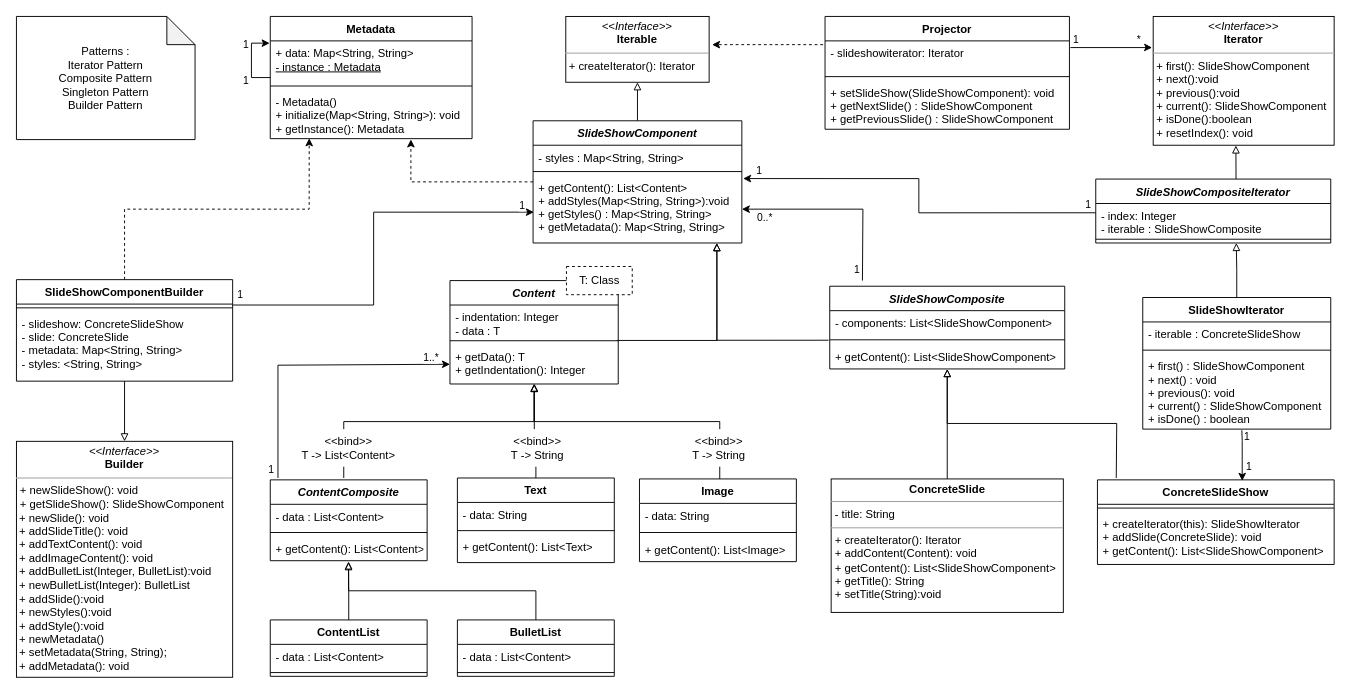
maartendekker1998/OU_jabberpoint keeps this draw.io diagram as Diagrams/NewDesign/Design without feature/DomainDesign.drawio. Above is the earlier version. Source tidied: cells renumbered, new cells numbered last; positions are measured from the earlier drawing's top-left corner, leaving out a move shared by most shapes. Both pictures are drawn from the tidied source at 94%, with x=0, y=0 at pixel (16, 16).
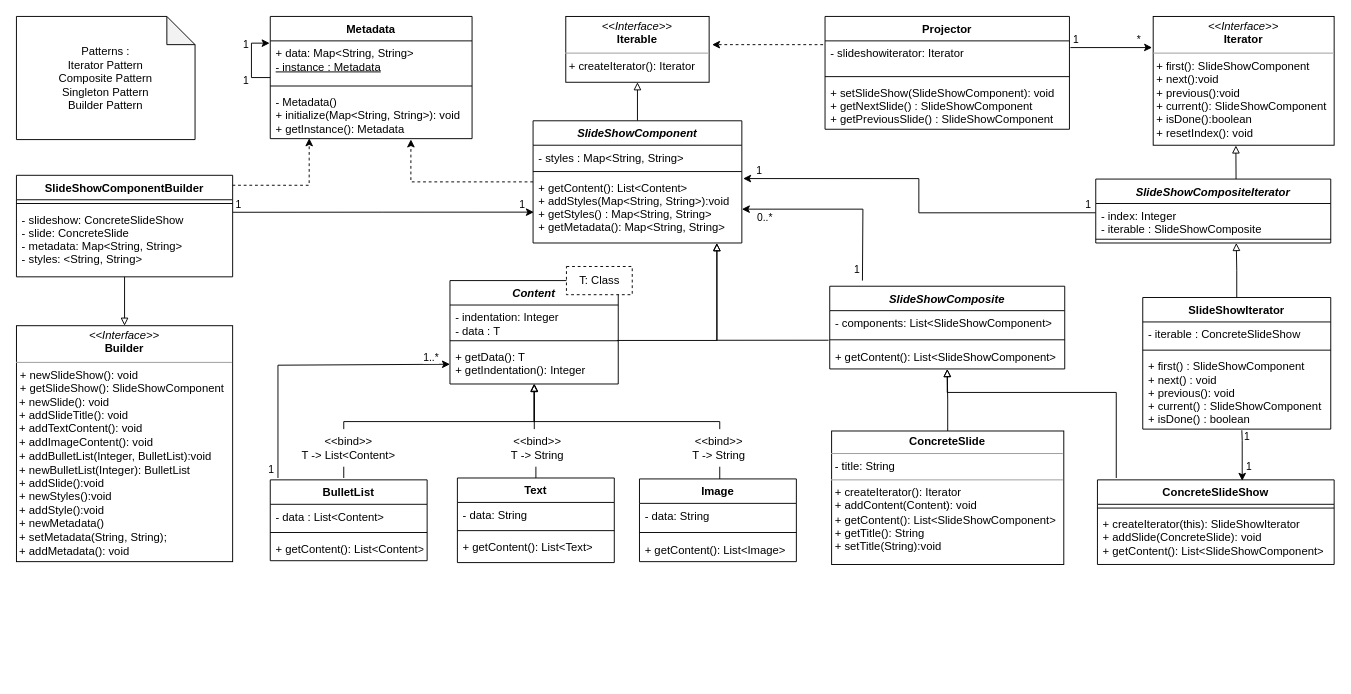
After the change.

The change refers to these unchanged cells:
```xml
<mxCell id="7" value="+ getContent(): List&lt;Content&gt;&#10;+ addStyles(Map&lt;String, String&gt;):void&#10;+ getStyles() : Map&lt;String, String&gt;&#10;+ getMetadata(): Map&lt;String, String&gt;&#10;" style="text;strokeColor=none;fillColor=none;align=left;verticalAlign=top;spacingLeft=4;spacingRight=4;overflow=hidden;points=[[0,0.5],[1,0.5]];portConstraint=eastwest;" parent="4" vertex="1">
  <mxGeometry y="58" width="222.1" height="72" as="geometry" />
</mxCell>
<mxCell id="11" value="- Metadata()&#10;+ initialize(Map&lt;String, String&gt;): void&#10;+ getInstance(): Metadata" style="text;strokeColor=none;fillColor=none;align=left;verticalAlign=top;spacingLeft=4;spacingRight=4;overflow=hidden;points=[[0,0.5],[1,0.5]];portConstraint=eastwest;" parent="8" vertex="1">
  <mxGeometry y="78" width="214.7" height="52" as="geometry" />
</mxCell>
<mxCell id="35" value="+ getContent(): List&lt;Content&gt;" style="text;strokeColor=none;fillColor=none;align=left;verticalAlign=top;spacingLeft=4;spacingRight=4;overflow=hidden;points=[[0,0.5],[1,0.5]];portConstraint=eastwest;" parent="32" vertex="1">
  <mxGeometry y="60" width="166.9" height="26" as="geometry" />
</mxCell>
<mxCell id="65" value="- slideshow: ConcreteSlideShow&#10;- slide: ConcreteSlide&#10;- metadata: Map&lt;String, String&gt;&#10;- styles: &lt;String, String&gt;" style="text;strokeColor=none;fillColor=none;align=left;verticalAlign=top;spacingLeft=4;spacingRight=4;overflow=hidden;points=[[0,0.5],[1,0.5]];portConstraint=eastwest;" parent="63" vertex="1">
  <mxGeometry y="34" width="230" height="74" as="geometry" />
</mxCell>
<mxCell id="98" value="+ getContent(): List&lt;SlideShowComponent&gt;" style="text;strokeColor=none;fillColor=none;align=left;verticalAlign=top;spacingLeft=4;spacingRight=4;overflow=hidden;points=[[0,0.5],[1,0.5]];portConstraint=eastwest;" parent="95" vertex="1">
  <mxGeometry y="62" width="250" height="26" as="geometry" />
</mxCell>
```

The edit, as a diff of the source:
```diff
@@
-    <mxCell id="32" value="ContentComposite" style="swimlane;fontStyle=3;align=center;verticalAlign=top;horizontal=1;startSize=26;" parent="1" vertex="1">
+    <mxCell id="32" value="BulletList" style="swimlane;fontStyle=1;align=center;verticalAlign=top;horizontal=1;startSize=26;" parent="1" vertex="1">
       <mxGeometry x="270" y="493" width="166.9" height="86" as="geometry" />
     </mxCell>
@@
     <mxCell id="56" style="edgeStyle=orthogonalEdgeStyle;rounded=0;jettySize=auto;html=1;entryX=0.5;entryY=1.01;entryDx=0;entryDy=0;entryPerimeter=0;endArrow=block;endFill=0;" parent="1" edge="1" target="98">
       <mxGeometry relative="1" as="geometry">
         <mxPoint x="1170" y="491" as="sourcePoint" />
+        <Array as="points">
+          <mxPoint x="1170" y="400" />
+          <mxPoint x="990" y="400" />
+        </Array>
       </mxGeometry>
     </mxCell>
@@
     <mxCell id="60" value="&lt;p style=&quot;margin:0px;margin-top:4px;text-align:center;&quot;&gt;&lt;i&gt;&amp;lt;&amp;lt;Interface&amp;gt;&amp;gt;&lt;/i&gt;&lt;br&gt;&lt;b&gt;Builder&lt;/b&gt;&lt;/p&gt;&lt;hr size=&quot;1&quot;&gt;&lt;p style=&quot;margin:0px;margin-left:4px;&quot;&gt;+ newSlideShow(): void&lt;/p&gt;&lt;p style=&quot;margin: 0px 0px 0px 4px;&quot;&gt;+ getSlideShow(): SlideShowComponent&lt;br&gt;&lt;/p&gt;&lt;div&gt;&amp;nbsp;+ newSlide(): void&lt;/div&gt;&lt;div&gt;&amp;nbsp;+ addSlideTitle(): void&lt;/div&gt;&lt;div&gt;&amp;nbsp;+ addTextContent(): void&lt;/div&gt;&lt;div&gt;&amp;nbsp;+ addImageContent(): void&lt;/div&gt;&lt;div&gt;&amp;nbsp;+ addBulletList(Integer, BulletList):void&lt;/div&gt;&lt;div&gt;&lt;span style=&quot;background-color: initial;&quot;&gt;&amp;nbsp;+ newBulletList(Integer): BulletList&lt;/span&gt;&lt;span style=&quot;background-color: initial;&quot;&gt;&amp;nbsp;&lt;/span&gt;&lt;/div&gt;&lt;div&gt;&lt;span style=&quot;background-color: initial;&quot;&gt;&amp;nbsp;+ addSlide():void&lt;/span&gt;&lt;br&gt;&lt;/div&gt;&lt;div&gt;&amp;nbsp;+ newStyles():void&lt;/div&gt;&lt;div&gt;&amp;nbsp;+ addStyle():void&lt;/div&gt;&lt;div&gt;&amp;nbsp;+ newMetadata()&lt;/div&gt;&lt;div&gt;&amp;nbsp;+ setMetadata(String, String);&lt;/div&gt;&lt;div&gt;&amp;nbsp;+ addMetadata(): void&lt;/div&gt;" style="verticalAlign=top;align=left;overflow=fill;fontSize=12;fontFamily=Helvetica;html=1;" parent="1" vertex="1">
-      <mxGeometry y="452" width="230" height="251" as="geometry" />
+      <mxGeometry y="329" width="230" height="251" as="geometry" />
     </mxCell>
+    <mxCell id="62" style="edgeStyle=orthogonalEdgeStyle;rounded=0;jettySize=auto;html=1;entryX=0.193;entryY=0.993;entryDx=0;entryDy=0;entryPerimeter=0;dashed=1;endArrow=classic;endFill=1;exitX=0.999;exitY=0.098;exitDx=0;exitDy=0;exitPerimeter=0;" parent="1" edge="1" source="63" target="11">
+      <mxGeometry relative="1" as="geometry" />
+    </mxCell>
-    <mxCell id="61" style="edgeStyle=orthogonalEdgeStyle;rounded=0;jettySize=auto;html=1;entryX=0.5;entryY=0;entryDx=0;entryDy=0;endArrow=block;endFill=0;exitX=0.5;exitY=1;exitDx=0;exitDy=0;" parent="1" edge="1" source="63" target="60">
-      <mxGeometry relative="1" as="geometry">
-        <Array as="points">
-          <mxPoint x="115" y="388" />
-        </Array>
-      </mxGeometry>
+    <mxCell id="61" style="edgeStyle=orthogonalEdgeStyle;rounded=0;jettySize=auto;html=1;entryX=0.5;entryY=0;entryDx=0;entryDy=0;endArrow=block;endFill=0;" parent="1" edge="1" source="63" target="60">
+      <mxGeometry relative="1" as="geometry" />
     </mxCell>
-    <mxCell id="62" style="edgeStyle=orthogonalEdgeStyle;rounded=0;jettySize=auto;html=1;entryX=0.193;entryY=0.993;entryDx=0;entryDy=0;entryPerimeter=0;dashed=1;endArrow=classic;endFill=1;" parent="1" edge="1" source="63" target="11">
-      <mxGeometry relative="1" as="geometry" />
-    </mxCell>
     <mxCell id="63" value="SlideShowComponentBuilder" style="swimlane;fontStyle=1;align=center;verticalAlign=top;horizontal=1;startSize=26;" parent="1" vertex="1">
-      <mxGeometry y="280" width="230" height="108" as="geometry" />
+      <mxGeometry y="169" width="230" height="108" as="geometry" />
     </mxCell>
@@
-    <mxCell id="66" style="edgeStyle=orthogonalEdgeStyle;rounded=0;jettySize=auto;html=1;endArrow=none;endFill=0;startArrow=classic;startFill=1;entryX=1;entryY=0.25;entryDx=0;entryDy=0;exitX=0.004;exitY=0.544;exitDx=0;exitDy=0;exitPerimeter=0;" parent="1" edge="1" source="7" target="63">
-      <mxGeometry relative="1" as="geometry">
-        <Array as="points">
-          <mxPoint x="380" y="208" />
-          <mxPoint x="380" y="307" />
-        </Array>
-      </mxGeometry>
+    <mxCell id="66" style="edgeStyle=orthogonalEdgeStyle;rounded=0;jettySize=auto;html=1;endArrow=none;endFill=0;startArrow=classic;startFill=1;exitX=0.004;exitY=0.544;exitDx=0;exitDy=0;exitPerimeter=0;entryX=1.001;entryY=0.072;entryDx=0;entryDy=0;entryPerimeter=0;" parent="1" edge="1" source="7" target="65">
+      <mxGeometry relative="1" as="geometry" />
     </mxCell>
     <mxCell id="67" value="1" style="edgeLabel;html=1;align=center;verticalAlign=middle;" parent="66" vertex="1">
       <mxGeometry x="0.26" y="-1" relative="1" as="geometry">
-        <mxPoint x="-142" y="-6" as="offset" />
+        <mxPoint x="-113" y="-8" as="offset" />
       </mxGeometry>
     </mxCell>
     <mxCell id="68" value="1" style="edgeLabel;html=1;align=center;verticalAlign=middle;" parent="66" vertex="1">
       <mxGeometry x="-0.81" y="-3" relative="1" as="geometry">
-        <mxPoint x="27" y="-5" as="offset" />
+        <mxPoint x="17" y="-6" as="offset" />
       </mxGeometry>
     </mxCell>
@@
     <mxCell id="82" value="&lt;p style=&quot;margin:0px;margin-top:4px;text-align:center;&quot;&gt;&lt;b&gt;ConcreteSlide&lt;/b&gt;&lt;/p&gt;&lt;hr size=&quot;1&quot;&gt;&lt;p style=&quot;margin:0px;margin-left:4px;&quot;&gt;- title: String&lt;/p&gt;&lt;hr size=&quot;1&quot;&gt;&lt;p style=&quot;margin: 0px 0px 0px 4px;&quot;&gt;+ createIterator(): Iterator&lt;/p&gt;&lt;p style=&quot;margin:0px;margin-left:4px;&quot;&gt;+ addContent(Content): void&lt;/p&gt;&lt;p style=&quot;margin:0px;margin-left:4px;&quot;&gt;+ getContent(): List&amp;lt;SlideShowComponent&amp;gt;&lt;br&gt;&lt;/p&gt;&lt;p style=&quot;margin:0px;margin-left:4px;&quot;&gt;&lt;span style=&quot;background-color: initial;&quot;&gt;+ getTitle(): String&lt;/span&gt;&lt;br&gt;&lt;/p&gt;&lt;p style=&quot;margin:0px;margin-left:4px;&quot;&gt;&lt;span style=&quot;background-color: initial;&quot;&gt;+ setTitle(String):void&lt;/span&gt;&lt;/p&gt;" style="verticalAlign=top;align=left;overflow=fill;fontSize=12;fontFamily=Helvetica;html=1;strokeColor=default;fillColor=default;" parent="1" vertex="1">
-      <mxGeometry x="866.7" y="492" width="247" height="142" as="geometry" />
+      <mxGeometry x="867.2" y="441" width="247" height="142" as="geometry" />
     </mxCell>
@@
-    <mxCell id="87" style="edgeStyle=orthogonalEdgeStyle;rounded=0;jettySize=auto;html=1;entryX=0.499;entryY=1.031;entryDx=0;entryDy=0;entryPerimeter=0;endArrow=block;endFill=0;" parent="1" edge="1" source="88" target="35">
-      <mxGeometry relative="1" as="geometry" />
-    </mxCell>
-    <mxCell id="88" value="ContentList" style="swimlane;fontStyle=1;align=center;verticalAlign=top;horizontal=1;startSize=26;" parent="1" vertex="1">
-      <mxGeometry x="270" y="642" width="166.9" height="60" as="geometry" />
-    </mxCell>
-    <mxCell id="89" value="- data : List&lt;Content&gt;" style="text;strokeColor=none;fillColor=none;align=left;verticalAlign=top;spacingLeft=4;spacingRight=4;overflow=hidden;" parent="88" vertex="1">
-      <mxGeometry y="26" width="166.9" height="26" as="geometry" />
-    </mxCell>
-    <mxCell id="90" style="line;strokeWidth=1;fillColor=none;align=left;verticalAlign=middle;spacingTop=-1;spacingLeft=3;spacingRight=3;labelPosition=right;strokeColor=inherit;" parent="88" vertex="1">
-      <mxGeometry y="52" width="166.9" height="8" as="geometry" />
-    </mxCell>
-    <mxCell id="91" style="edgeStyle=orthogonalEdgeStyle;rounded=0;jettySize=auto;html=1;entryX=0.499;entryY=1.062;entryDx=0;entryDy=0;entryPerimeter=0;endArrow=block;endFill=0;" parent="1" edge="1" source="92" target="35">
-      <mxGeometry relative="1" as="geometry">
-        <Array as="points">
-          <mxPoint x="553.2" y="611" />
-          <mxPoint x="353.2" y="611" />
-        </Array>
-      </mxGeometry>
-    </mxCell>
-    <mxCell id="92" value="BulletList" style="swimlane;fontStyle=1;align=center;verticalAlign=top;horizontal=1;startSize=26;" parent="1" vertex="1">
-      <mxGeometry x="469.1" y="642" width="166.9" height="60" as="geometry" />
-    </mxCell>
-    <mxCell id="93" value="- data : List&lt;Content&gt;" style="text;strokeColor=none;fillColor=none;align=left;verticalAlign=top;spacingLeft=4;spacingRight=4;overflow=hidden;" parent="92" vertex="1">
-      <mxGeometry y="26" width="166.9" height="26" as="geometry" />
-    </mxCell>
-    <mxCell id="94" style="line;strokeWidth=1;fillColor=none;align=left;verticalAlign=middle;spacingTop=-1;spacingLeft=3;spacingRight=3;labelPosition=right;strokeColor=inherit;" parent="92" vertex="1">
-      <mxGeometry y="52" width="166.9" height="8" as="geometry" />
-    </mxCell>
```
